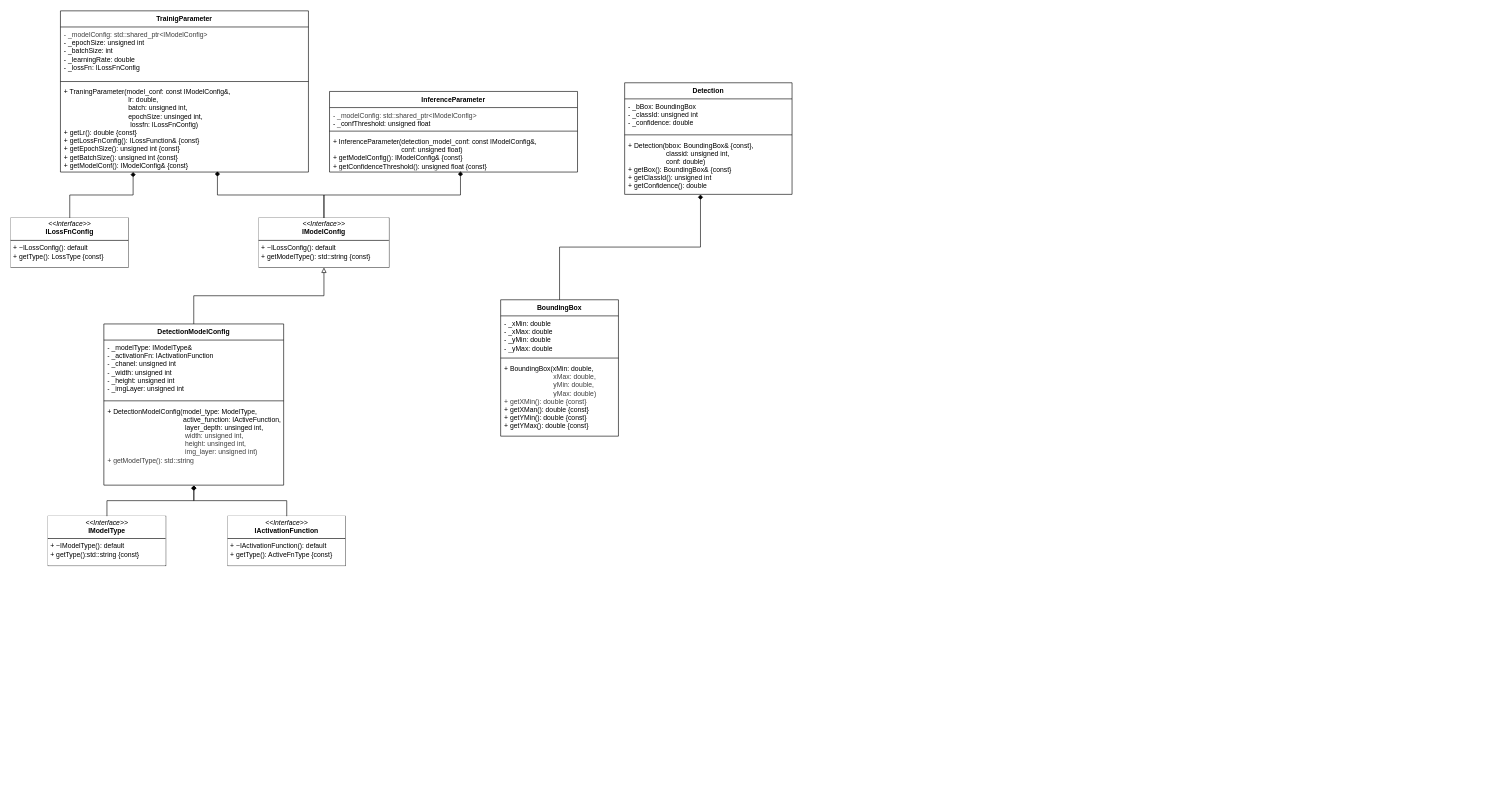
Earlier version of the draw.io diagram page "Objectdetection-Entities" (3 of 4) of docs/specs/easy-ai-tools.drawio (di-go11/dl-node-editor). Source tidied: cells renumbered, new cells numbered last; positions are measured from the earlier drawing's top-left corner, leaving out a move shared by most shapes. Both pictures are drawn from the tidied source at 62%, with x=0, y=0 at pixel (11, 11).
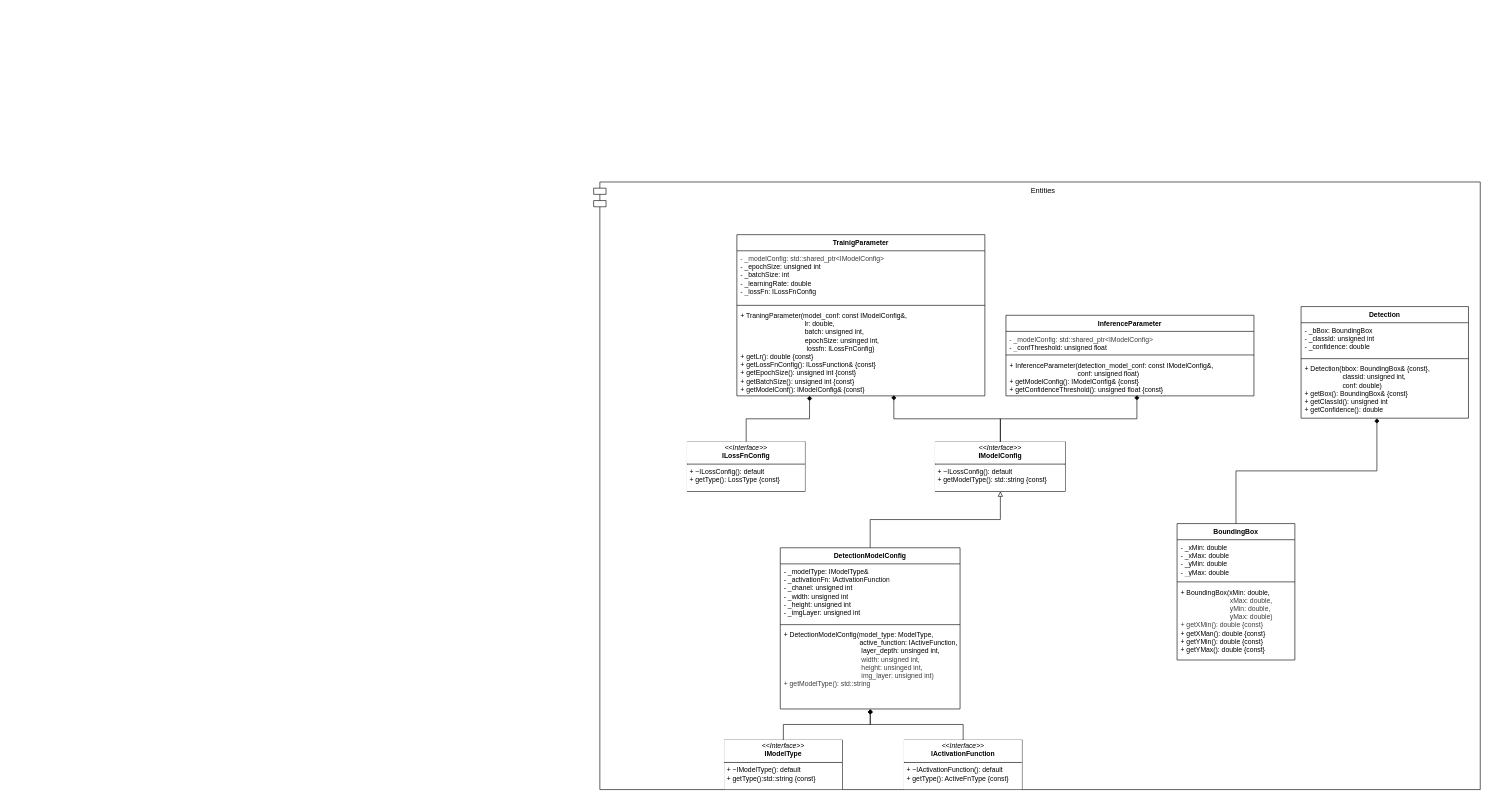
The same page after the edit.

Unchanged cells that the change refers to:
```xml
<mxCell id="9" value="+ Detection(bbox: BoundingBox&amp;amp; {const},&lt;div&gt;&lt;span style=&quot;white-space: pre;&quot;&gt;&#9;&lt;/span&gt;&lt;span style=&quot;white-space: pre;&quot;&gt;&#9;&lt;/span&gt;&amp;nbsp; &amp;nbsp; classid: unsigned int,&lt;/div&gt;&lt;div&gt;&lt;span style=&quot;white-space: pre;&quot;&gt;&#9;&lt;/span&gt;&lt;span style=&quot;white-space: pre;&quot;&gt;&#9;&lt;/span&gt;&amp;nbsp; &amp;nbsp; conf: double)&lt;/div&gt;&lt;div&gt;+ getBox(): BoundingBox&amp;amp; {const}&lt;/div&gt;&lt;div&gt;+ getClassId(): unsigned int&lt;br&gt;&lt;/div&gt;&lt;div&gt;+ getConfidence(): double&lt;/div&gt;" style="text;strokeColor=none;fillColor=none;align=left;verticalAlign=top;spacingLeft=4;spacingRight=4;overflow=hidden;points=[[0,0.5],[1,0.5]];portConstraint=eastwest;whiteSpace=wrap;html=1;fontFamily=Helvetica;fontSize=11;fontColor=default;labelBackgroundColor=default;" parent="6" vertex="1">
  <mxGeometry y="88" width="270" height="92" as="geometry" />
</mxCell>
<mxCell id="14" value="+ TraningParameter(model_conf: const IModelConfig&amp;amp;,&lt;div&gt;&lt;span style=&quot;white-space: pre;&quot;&gt;&#9;&lt;/span&gt;&lt;span style=&quot;white-space: pre;&quot;&gt;&#9;&lt;/span&gt;&lt;span style=&quot;white-space: pre;&quot;&gt;&#9;&lt;/span&gt;&lt;span style=&quot;white-space: pre;&quot;&gt;&#9;&lt;/span&gt;&amp;nbsp; lr: double,&amp;nbsp;&lt;/div&gt;&lt;div&gt;&lt;span style=&quot;white-space: pre;&quot;&gt;&#9;&lt;/span&gt;&lt;span style=&quot;white-space: pre;&quot;&gt;&#9;&lt;/span&gt;&lt;span style=&quot;white-space: pre;&quot;&gt;&#9;&lt;/span&gt;&lt;span style=&quot;white-space: pre;&quot;&gt;&#9;&lt;/span&gt;&amp;nbsp; batch: unsigned int,&amp;nbsp;&lt;/div&gt;&lt;div&gt;&lt;span style=&quot;white-space: pre;&quot;&gt;&#9;&lt;/span&gt;&lt;span style=&quot;white-space: pre;&quot;&gt;&#9;&lt;/span&gt;&lt;span style=&quot;white-space: pre;&quot;&gt;&#9;&lt;/span&gt;&lt;span style=&quot;white-space: pre;&quot;&gt;&#9;&lt;/span&gt;&amp;nbsp; epochSize: unsinged int,&lt;/div&gt;&lt;div&gt;&lt;span style=&quot;white-space: pre;&quot;&gt;&#9;&lt;/span&gt;&lt;span style=&quot;white-space: pre;&quot;&gt;&#9;&lt;/span&gt;&lt;span style=&quot;white-space: pre;&quot;&gt;&#9;&lt;/span&gt;&lt;span style=&quot;white-space: pre;&quot;&gt;&#9;&lt;/span&gt;&amp;nbsp; &amp;nbsp;lossfn: ILossFnConfig)&lt;/div&gt;&lt;div&gt;+ getLr(): double {const}&lt;/div&gt;&lt;div&gt;+ getLossFnConfig(): ILossFunction&amp;amp; {const}&lt;/div&gt;&lt;div&gt;+ getEpochSize(): unsigned int {const}&lt;/div&gt;&lt;div&gt;+ getBatchSize(): unsigned int {const}&lt;/div&gt;&lt;div&gt;+ getModelConf(): IModelConfig&amp;amp; {const}&lt;/div&gt;" style="text;strokeColor=none;fillColor=none;align=left;verticalAlign=top;spacingLeft=4;spacingRight=4;overflow=hidden;points=[[0,0.5],[1,0.5]];portConstraint=eastwest;whiteSpace=wrap;html=1;fontFamily=Helvetica;fontSize=11;fontColor=default;labelBackgroundColor=default;" parent="11" vertex="1">
  <mxGeometry y="118" width="400" height="142" as="geometry" />
</mxCell>
<mxCell id="18" value="+ InferenceParameter(detection_model_conf: const IModelConfig&amp;amp;,&lt;div&gt;&lt;span style=&quot;white-space: pre;&quot;&gt;&#9;&lt;/span&gt;&lt;span style=&quot;white-space: pre;&quot;&gt;&#9;&lt;/span&gt;&lt;span style=&quot;white-space: pre;&quot;&gt;&#9;&lt;/span&gt;&lt;span style=&quot;white-space: pre;&quot;&gt;&#9;&lt;/span&gt;&amp;nbsp; &amp;nbsp; conf: unsigned float)&lt;/div&gt;&lt;div&gt;+ getModelConfig(): IModelConfig&amp;amp; {const}&lt;/div&gt;&lt;div&gt;+ getConfidenceThreshold(): unsigned float {const}&lt;/div&gt;" style="text;strokeColor=none;fillColor=none;align=left;verticalAlign=top;spacingLeft=4;spacingRight=4;overflow=hidden;points=[[0,0.5],[1,0.5]];portConstraint=eastwest;whiteSpace=wrap;html=1;fontFamily=Helvetica;fontSize=11;fontColor=default;labelBackgroundColor=default;" parent="15" vertex="1">
  <mxGeometry y="68" width="400" height="62" as="geometry" />
</mxCell>
<mxCell id="22" value="DetectionModelConfig" style="swimlane;fontStyle=1;align=center;verticalAlign=top;horizontal=1;startSize=26;whiteSpace=wrap;html=1;fontFamily=Helvetica;fontSize=11;fontColor=default;labelBackgroundColor=default;" parent="21" vertex="1">
  <mxGeometry width="290" height="260" as="geometry" />
</mxCell>
```

Diff of the diagram source:
```diff
@@
+    <mxCell id="34" style="group;" parent="1" vertex="1">
+      <mxGeometry x="940" y="276" width="1430" height="990" as="geometry" />
+    </mxCell>
+    <mxCell id="35" value="Entities" style="shape=module;align=left;spacingLeft=20;align=center;verticalAlign=top;whiteSpace=wrap;html=1;" parent="34" vertex="1">
+      <mxGeometry width="1430" height="980" as="geometry" />
+    </mxCell>
+    <mxCell id="36" style="group;" parent="34" vertex="1">
+      <mxGeometry x="151" y="85" width="1260" height="905" as="geometry" />
+    </mxCell>
-    <mxCell id="2" value="BoundingBox" style="swimlane;fontStyle=1;align=center;verticalAlign=top;horizontal=1;startSize=26;whiteSpace=wrap;html=1;fontFamily=Helvetica;fontSize=11;fontColor=default;labelBackgroundColor=default;" parent="1" vertex="1">
+    <mxCell id="2" value="BoundingBox" style="swimlane;fontStyle=1;align=center;verticalAlign=top;horizontal=1;startSize=26;whiteSpace=wrap;html=1;fontFamily=Helvetica;fontSize=11;fontColor=default;labelBackgroundColor=default;" parent="36" vertex="1">
       <mxGeometry x="790" y="466" width="190" height="220" as="geometry" />
     </mxCell>
@@
-    <mxCell id="6" value="Detection" style="swimlane;fontStyle=1;align=center;verticalAlign=top;horizontal=1;startSize=26;whiteSpace=wrap;html=1;fontFamily=Helvetica;fontSize=11;fontColor=default;labelBackgroundColor=default;" parent="1" vertex="1">
+    <mxCell id="6" value="Detection" style="swimlane;fontStyle=1;align=center;verticalAlign=top;horizontal=1;startSize=26;whiteSpace=wrap;html=1;fontFamily=Helvetica;fontSize=11;fontColor=default;labelBackgroundColor=default;" parent="36" vertex="1">
       <mxGeometry x="990" y="116" width="270" height="180" as="geometry" />
     </mxCell>
@@
-    <mxCell id="10" style="edgeStyle=orthogonalEdgeStyle;shape=connector;curved=0;rounded=0;html=1;entryX=0.453;entryY=1.004;entryDx=0;entryDy=0;entryPerimeter=0;strokeColor=default;align=center;verticalAlign=middle;fontFamily=Helvetica;fontSize=11;fontColor=default;labelBackgroundColor=default;endArrow=diamond;endFill=1;" parent="1" edge="1" source="2" target="9">
+    <mxCell id="10" style="edgeStyle=orthogonalEdgeStyle;shape=connector;curved=0;rounded=0;html=1;entryX=0.453;entryY=1.004;entryDx=0;entryDy=0;entryPerimeter=0;strokeColor=default;align=center;verticalAlign=middle;fontFamily=Helvetica;fontSize=11;fontColor=default;labelBackgroundColor=default;endArrow=diamond;endFill=1;" parent="36" edge="1" source="2" target="9">
       <mxGeometry relative="1" as="geometry" />
     </mxCell>
-    <mxCell id="11" value="TrainigParameter" style="swimlane;fontStyle=1;align=center;verticalAlign=top;horizontal=1;startSize=26;whiteSpace=wrap;html=1;fontFamily=Helvetica;fontSize=11;fontColor=default;labelBackgroundColor=default;" parent="1" vertex="1">
+    <mxCell id="11" value="TrainigParameter" style="swimlane;fontStyle=1;align=center;verticalAlign=top;horizontal=1;startSize=26;whiteSpace=wrap;html=1;fontFamily=Helvetica;fontSize=11;fontColor=default;labelBackgroundColor=default;" parent="36" vertex="1">
       <mxGeometry x="80" width="400" height="260" as="geometry" />
     </mxCell>
@@
-    <mxCell id="15" value="InferenceParameter" style="swimlane;fontStyle=1;align=center;verticalAlign=top;horizontal=1;startSize=26;whiteSpace=wrap;html=1;fontFamily=Helvetica;fontSize=11;fontColor=default;labelBackgroundColor=default;" parent="1" vertex="1">
+    <mxCell id="15" value="InferenceParameter" style="swimlane;fontStyle=1;align=center;verticalAlign=top;horizontal=1;startSize=26;whiteSpace=wrap;html=1;fontFamily=Helvetica;fontSize=11;fontColor=default;labelBackgroundColor=default;" parent="36" vertex="1">
       <mxGeometry x="514" y="130" width="400" height="130" as="geometry" />
     </mxCell>
@@
-    <mxCell id="19" value="&lt;p style=&quot;margin:0px;margin-top:4px;text-align:center;&quot;&gt;&lt;i&gt;&amp;lt;&amp;lt;Interface&amp;gt;&amp;gt;&lt;/i&gt;&lt;br&gt;&lt;b&gt;ILossFnConfig&lt;/b&gt;&lt;/p&gt;&lt;hr size=&quot;1&quot; style=&quot;border-style:solid;&quot;&gt;&lt;p style=&quot;margin:0px;margin-left:4px;&quot;&gt;&lt;/p&gt;&lt;p style=&quot;margin:0px;margin-left:4px;&quot;&gt;+ ~ILossConfig(): default&lt;/p&gt;&lt;p style=&quot;margin:0px;margin-left:4px;&quot;&gt;+ getType(): LossType {const}&lt;/p&gt;" style="verticalAlign=top;align=left;overflow=fill;html=1;whiteSpace=wrap;fontFamily=Helvetica;fontSize=11;fontColor=default;labelBackgroundColor=default;strokeColor=#101010;" parent="1" vertex="1">
+    <mxCell id="19" value="&lt;p style=&quot;margin:0px;margin-top:4px;text-align:center;&quot;&gt;&lt;i&gt;&amp;lt;&amp;lt;Interface&amp;gt;&amp;gt;&lt;/i&gt;&lt;br&gt;&lt;b&gt;ILossFnConfig&lt;/b&gt;&lt;/p&gt;&lt;hr size=&quot;1&quot; style=&quot;border-style:solid;&quot;&gt;&lt;p style=&quot;margin:0px;margin-left:4px;&quot;&gt;&lt;/p&gt;&lt;p style=&quot;margin:0px;margin-left:4px;&quot;&gt;+ ~ILossConfig(): default&lt;/p&gt;&lt;p style=&quot;margin:0px;margin-left:4px;&quot;&gt;+ getType(): LossType {const}&lt;/p&gt;" style="verticalAlign=top;align=left;overflow=fill;html=1;whiteSpace=wrap;fontFamily=Helvetica;fontSize=11;fontColor=default;labelBackgroundColor=default;strokeColor=#101010;" parent="36" vertex="1">
       <mxGeometry y="334" width="190" height="80" as="geometry" />
     </mxCell>
-    <mxCell id="20" value="&lt;p style=&quot;margin:0px;margin-top:4px;text-align:center;&quot;&gt;&lt;i&gt;&amp;lt;&amp;lt;Interface&amp;gt;&amp;gt;&lt;/i&gt;&lt;br&gt;&lt;b&gt;IModelConfig&lt;/b&gt;&lt;/p&gt;&lt;hr size=&quot;1&quot; style=&quot;border-style:solid;&quot;&gt;&lt;p style=&quot;margin:0px;margin-left:4px;&quot;&gt;&lt;/p&gt;&lt;p style=&quot;margin:0px;margin-left:4px;&quot;&gt;+ ~ILossConfig(): default&lt;/p&gt;&lt;p style=&quot;margin:0px;margin-left:4px;&quot;&gt;+ getModelType(): std::string {const}&lt;/p&gt;" style="verticalAlign=top;align=left;overflow=fill;html=1;whiteSpace=wrap;fontFamily=Helvetica;fontSize=11;fontColor=default;labelBackgroundColor=default;strokeColor=#101010;" parent="1" vertex="1">
+    <mxCell id="20" value="&lt;p style=&quot;margin:0px;margin-top:4px;text-align:center;&quot;&gt;&lt;i&gt;&amp;lt;&amp;lt;Interface&amp;gt;&amp;gt;&lt;/i&gt;&lt;br&gt;&lt;b&gt;IModelConfig&lt;/b&gt;&lt;/p&gt;&lt;hr size=&quot;1&quot; style=&quot;border-style:solid;&quot;&gt;&lt;p style=&quot;margin:0px;margin-left:4px;&quot;&gt;&lt;/p&gt;&lt;p style=&quot;margin:0px;margin-left:4px;&quot;&gt;+ ~ILossConfig(): default&lt;/p&gt;&lt;p style=&quot;margin:0px;margin-left:4px;&quot;&gt;+ getModelType(): std::string {const}&lt;/p&gt;" style="verticalAlign=top;align=left;overflow=fill;html=1;whiteSpace=wrap;fontFamily=Helvetica;fontSize=11;fontColor=default;labelBackgroundColor=default;strokeColor=#101010;" parent="36" vertex="1">
       <mxGeometry x="400" y="334" width="210" height="80" as="geometry" />
     </mxCell>
-    <mxCell id="21" style="group;" parent="1" vertex="1">
+    <mxCell id="21" style="group;" parent="36" vertex="1">
       <mxGeometry x="150" y="505" width="390" height="400" as="geometry" />
     </mxCell>
@@
-    <mxCell id="30" style="edgeStyle=orthogonalEdgeStyle;html=1;entryX=0.5;entryY=1;entryDx=0;entryDy=0;rounded=0;curved=0;endArrow=block;endFill=0;" parent="1" edge="1" source="22" target="20">
+    <mxCell id="30" style="edgeStyle=orthogonalEdgeStyle;html=1;entryX=0.5;entryY=1;entryDx=0;entryDy=0;rounded=0;curved=0;endArrow=block;endFill=0;" parent="36" edge="1" source="22" target="20">
       <mxGeometry relative="1" as="geometry" />
     </mxCell>
-    <mxCell id="31" style="edgeStyle=orthogonalEdgeStyle;html=1;entryX=0.633;entryY=0.993;entryDx=0;entryDy=0;entryPerimeter=0;rounded=0;endArrow=diamond;endFill=1;" parent="1" edge="1" source="20" target="14">
+    <mxCell id="31" style="edgeStyle=orthogonalEdgeStyle;html=1;entryX=0.633;entryY=0.993;entryDx=0;entryDy=0;entryPerimeter=0;rounded=0;endArrow=diamond;endFill=1;" parent="36" edge="1" source="20" target="14">
       <mxGeometry relative="1" as="geometry" />
     </mxCell>
-    <mxCell id="32" style="edgeStyle=orthogonalEdgeStyle;shape=connector;rounded=0;html=1;entryX=0.293;entryY=1;entryDx=0;entryDy=0;entryPerimeter=0;strokeColor=default;align=center;verticalAlign=middle;fontFamily=Helvetica;fontSize=11;fontColor=default;labelBackgroundColor=default;endArrow=diamond;endFill=1;" parent="1" edge="1" source="19" target="14">
+    <mxCell id="32" style="edgeStyle=orthogonalEdgeStyle;shape=connector;rounded=0;html=1;entryX=0.293;entryY=1;entryDx=0;entryDy=0;entryPerimeter=0;strokeColor=default;align=center;verticalAlign=middle;fontFamily=Helvetica;fontSize=11;fontColor=default;labelBackgroundColor=default;endArrow=diamond;endFill=1;" parent="36" edge="1" source="19" target="14">
       <mxGeometry relative="1" as="geometry" />
     </mxCell>
-    <mxCell id="33" style="edgeStyle=orthogonalEdgeStyle;shape=connector;rounded=0;html=1;entryX=0.528;entryY=0.984;entryDx=0;entryDy=0;entryPerimeter=0;strokeColor=default;align=center;verticalAlign=middle;fontFamily=Helvetica;fontSize=11;fontColor=default;labelBackgroundColor=default;endArrow=diamond;endFill=1;" parent="1" edge="1" source="20" target="18">
+    <mxCell id="33" style="edgeStyle=orthogonalEdgeStyle;shape=connector;rounded=0;html=1;entryX=0.528;entryY=0.984;entryDx=0;entryDy=0;entryPerimeter=0;strokeColor=default;align=center;verticalAlign=middle;fontFamily=Helvetica;fontSize=11;fontColor=default;labelBackgroundColor=default;endArrow=diamond;endFill=1;" parent="36" edge="1" source="20" target="18">
       <mxGeometry relative="1" as="geometry" />
     </mxCell>
```
